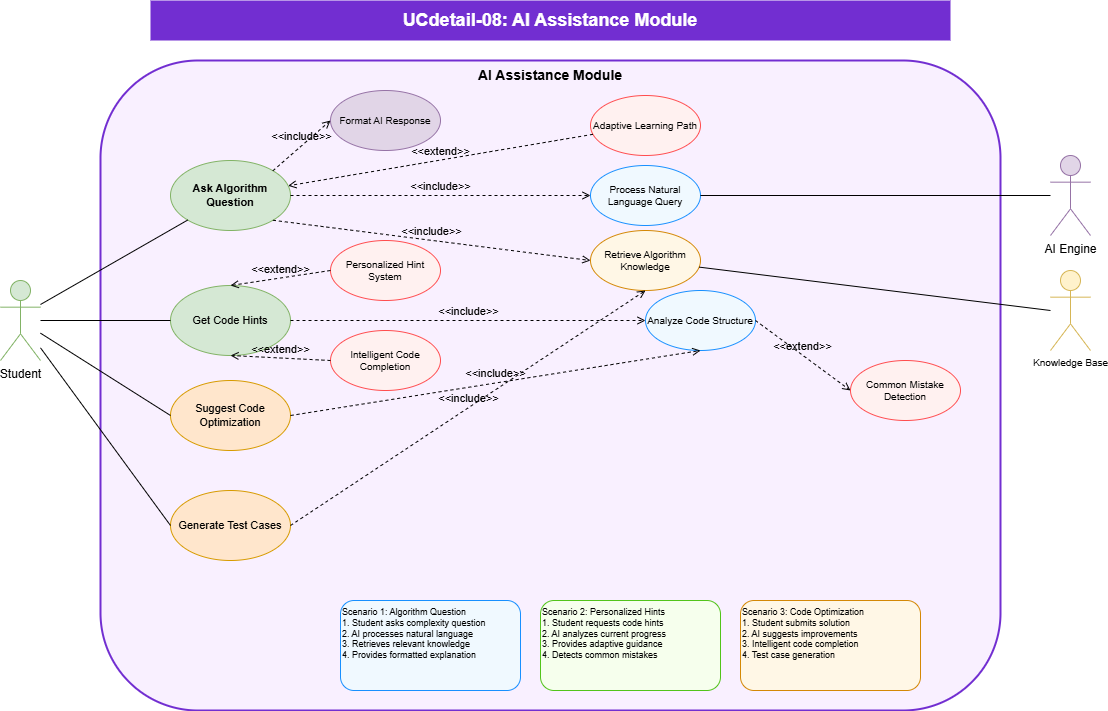
Earlier version of the draw.io export dsa-visualizer/academic-project/enhanced-diagrams/UCdetail-08-ai-assistance.png (HieNguyen08/dsa-visualizer). Source tidied: cells renumbered, new cells last; positions are measured from the earlier drawing's top-left corner, leaving out a move shared by most shapes.
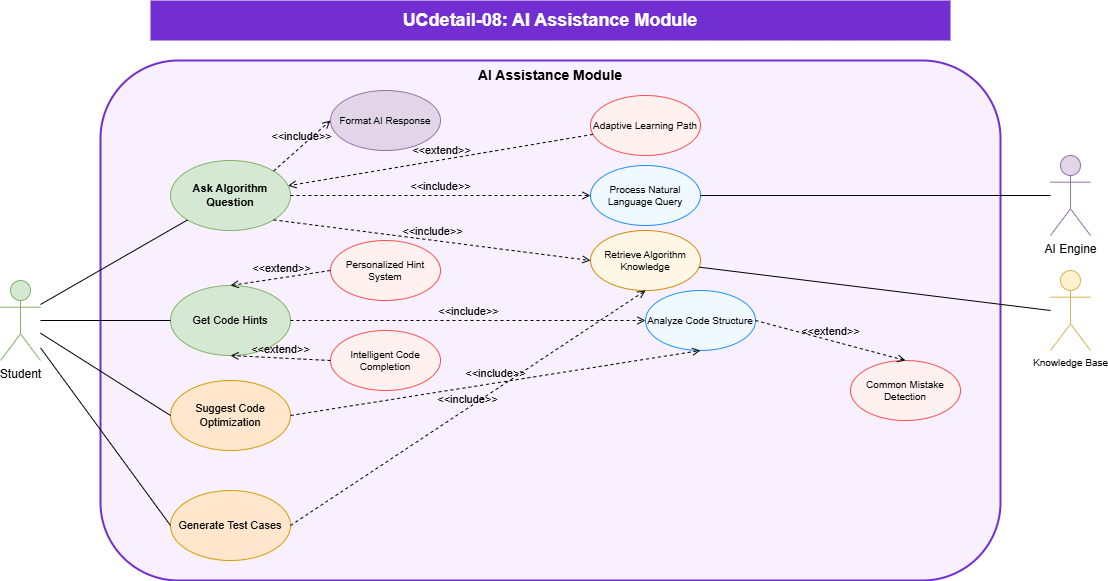
After the commit.

The edit, as a diff of the source:
```diff
@@ -6,7 +6,7 @@
       <mxGeometry x="150" width="800" height="40" as="geometry" />
     </mxCell>
     <mxCell id="3" value="AI Assistance Module" style="rounded=1;whiteSpace=wrap;html=1;fontSize=14;fontStyle=1;fillColor=#f9f0ff;strokeColor=#722ed1;strokeWidth=2;verticalAlign=top;" parent="1" vertex="1">
-      <mxGeometry x="100" y="60" width="900" height="650" as="geometry" />
+      <mxGeometry x="100" y="60" width="900" height="520" as="geometry" />
     </mxCell>
     <mxCell id="4" value="Student" style="shape=umlActor;verticalLabelPosition=bottom;verticalAlign=top;html=1;outlineConnect=0;fontSize=12;fillColor=#d5e8d4;strokeColor=#82b366;" parent="1" vertex="1">
       <mxGeometry y="280" width="40" height="80" as="geometry" />
@@ -65,15 +65,6 @@
     <mxCell id="22" style="endArrow=none;html=1;rounded=0;fontSize=12;startSize=8;endSize=8;exitX=0;exitY=0.5;" parent="1" edge="1" source="6" target="13">
       <mxGeometry relative="1" as="geometry" />
     </mxCell>
-    <mxCell id="23" value="Scenario 1: Algorithm Question&#10;1. Student asks complexity question&#10;2. AI processes natural language&#10;3. Retrieves relevant knowledge&#10;4. Provides formatted explanation" style="rounded=1;whiteSpace=wrap;html=1;fontSize=9;align=left;verticalAlign=top;fillColor=#f0f9ff;strokeColor=#1890ff;" parent="1" vertex="1">
-      <mxGeometry x="340" y="600" width="180" height="90" as="geometry" />
-    </mxCell>
-    <mxCell id="24" value="Scenario 2: Personalized Hints&#10;1. Student requests code hints&#10;2. AI analyzes current progress&#10;3. Provides adaptive guidance&#10;4. Detects common mistakes" style="rounded=1;whiteSpace=wrap;html=1;fontSize=9;align=left;verticalAlign=top;fillColor=#f6ffed;strokeColor=#52c41a;" parent="1" vertex="1">
-      <mxGeometry x="540" y="600" width="180" height="90" as="geometry" />
-    </mxCell>
-    <mxCell id="25" value="Scenario 3: Code Optimization&#10;1. Student submits solution&#10;2. AI suggests improvements&#10;3. Intelligent code completion&#10;4. Test case generation" style="rounded=1;whiteSpace=wrap;html=1;fontSize=9;align=left;verticalAlign=top;fillColor=#fff7e6;strokeColor=#d48806;" parent="1" vertex="1">
-      <mxGeometry x="740" y="600" width="180" height="90" as="geometry" />
-    </mxCell>
     <mxCell id="26" value="&amp;lt;&amp;lt;include&amp;gt;&amp;gt;" style="html=1;verticalAlign=bottom;labelBackgroundColor=none;endArrow=open;endFill=0;dashed=1;exitX=1;exitY=0.5;exitDx=0;exitDy=0;entryX=0;entryY=0.5;entryDx=0;entryDy=0;" parent="1" edge="1" source="7" target="11">
       <mxGeometry relative="1" as="geometry" />
     </mxCell>
@@ -101,7 +92,7 @@
     <mxCell id="34" value="&amp;lt;&amp;lt;include&amp;gt;&amp;gt;" style="html=1;verticalAlign=bottom;labelBackgroundColor=none;endArrow=open;endFill=0;dashed=1;exitX=1;exitY=0.5;exitDx=0;exitDy=0;entryX=0.5;entryY=1;entryDx=0;entryDy=0;" parent="1" edge="1" source="10" target="13">
       <mxGeometry relative="1" as="geometry" />
     </mxCell>
-    <mxCell id="35" value="&amp;lt;&amp;lt;extend&amp;gt;&amp;gt;" style="html=1;verticalAlign=bottom;labelBackgroundColor=none;endArrow=open;endFill=0;dashed=1;entryX=0;entryY=0.5;entryDx=0;entryDy=0;exitX=1;exitY=0.5;exitDx=0;exitDy=0;" parent="1" edge="1" source="12" target="18">
+    <mxCell id="35" value="&amp;lt;&amp;lt;extend&amp;gt;&amp;gt;" style="html=1;verticalAlign=bottom;labelBackgroundColor=none;endArrow=open;endFill=0;dashed=1;entryX=0.5;entryY=0;entryDx=0;entryDy=0;exitX=1;exitY=0.5;exitDx=0;exitDy=0;" parent="1" edge="1" source="12" target="18">
       <mxGeometry relative="1" as="geometry" />
     </mxCell>
     <mxCell id="36" value="&amp;lt;&amp;lt;extend&amp;gt;&amp;gt;" style="html=1;verticalAlign=bottom;labelBackgroundColor=none;endArrow=open;endFill=0;dashed=1;entryX=0.5;entryY=1;entryDx=0;entryDy=0;exitX=0;exitY=0.5;exitDx=0;exitDy=0;" parent="1" edge="1" source="17" target="8">
```
